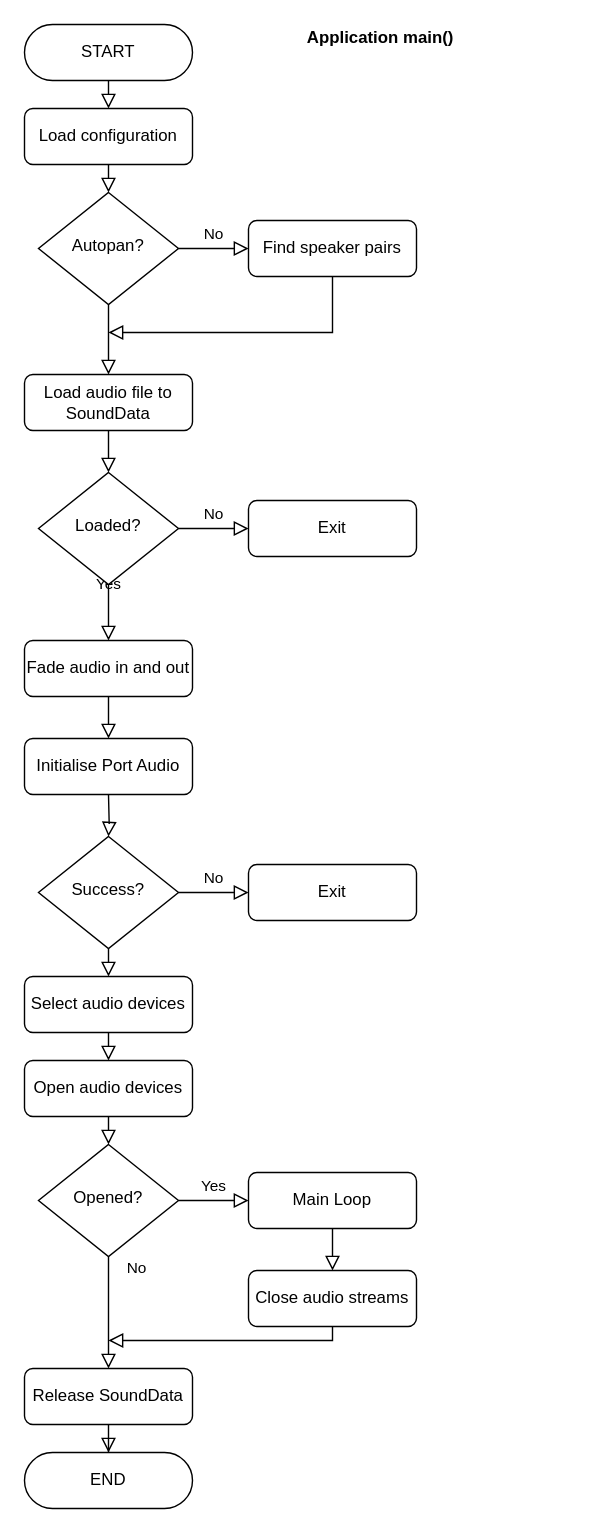
Earlier version of the draw.io diagram page "main()" (1 of 3) of Audio1/diagram.drawio (spatmus/alps). Source tidied: cells renumbered, new cells numbered last; positions are measured from the earlier drawing's top-left corner, leaving out a move shared by most shapes. Both pictures are drawn from the tidied source at 140%, with x=0, y=0 at pixel (24, 24).
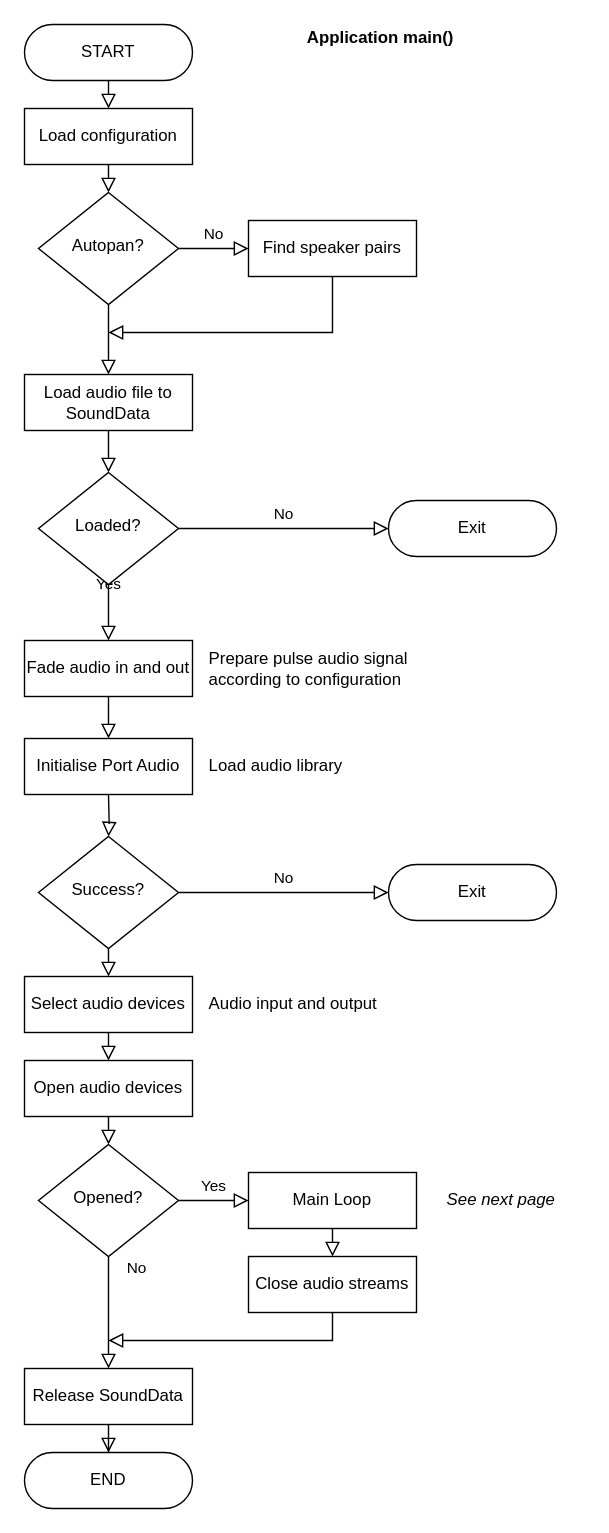
The same diagram, later.

What changed in the source:
```diff
@@
-    <mxCell id="3" value="Load audio file to SoundData" style="rounded=1;whiteSpace=wrap;html=1;fontSize=12;glass=0;strokeWidth=1;shadow=0;" parent="1" vertex="1">
+    <mxCell id="3" value="Load audio file to SoundData" style="rounded=0;whiteSpace=wrap;html=1;fontSize=12;glass=0;strokeWidth=1;shadow=0;" parent="1" vertex="1">
       <mxGeometry y="250" width="120" height="40" as="geometry" />
     </mxCell>
@@
-    <mxCell id="7" value="Exit" style="rounded=1;whiteSpace=wrap;html=1;fontSize=12;glass=0;strokeWidth=1;shadow=0;" parent="1" vertex="1">
-      <mxGeometry x="160" y="340" width="120" height="40" as="geometry" />
+    <mxCell id="7" value="Exit" style="rounded=1;whiteSpace=wrap;html=1;fontSize=12;glass=0;strokeWidth=1;shadow=0;arcSize=50;" parent="1" vertex="1">
+      <mxGeometry x="260" y="340" width="120" height="40" as="geometry" />
     </mxCell>
@@
-    <mxCell id="11" value="Release SoundData" style="rounded=1;whiteSpace=wrap;html=1;fontSize=12;glass=0;strokeWidth=1;shadow=0;" parent="1" vertex="1">
+    <mxCell id="11" value="Release SoundData" style="rounded=0;whiteSpace=wrap;html=1;fontSize=12;glass=0;strokeWidth=1;shadow=0;" parent="1" vertex="1">
       <mxGeometry y="960" width="120" height="40" as="geometry" />
     </mxCell>
-    <mxCell id="12" value="Main Loop" style="rounded=1;whiteSpace=wrap;html=1;fontSize=12;glass=0;strokeWidth=1;shadow=0;" parent="1" vertex="1">
+    <mxCell id="12" value="Main Loop" style="rounded=0;whiteSpace=wrap;html=1;fontSize=12;glass=0;strokeWidth=1;shadow=0;" parent="1" vertex="1">
       <mxGeometry x="160" y="820" width="120" height="40" as="geometry" />
     </mxCell>
-    <mxCell id="13" value="Find speaker pairs" style="rounded=1;whiteSpace=wrap;html=1;" parent="1" vertex="1">
+    <mxCell id="13" value="Find speaker pairs" style="rounded=0;whiteSpace=wrap;html=1;" parent="1" vertex="1">
       <mxGeometry x="160" y="140" width="120" height="40" as="geometry" />
     </mxCell>
-    <mxCell id="14" value="Load configuration" style="rounded=1;whiteSpace=wrap;html=1;" parent="1" vertex="1">
+    <mxCell id="14" value="Load configuration" style="rounded=0;whiteSpace=wrap;html=1;" parent="1" vertex="1">
       <mxGeometry y="60" width="120" height="40" as="geometry" />
     </mxCell>
@@
-    <mxCell id="21" value="Fade audio in and out" style="rounded=1;whiteSpace=wrap;html=1;fontSize=12;glass=0;strokeWidth=1;shadow=0;" parent="1" vertex="1">
+    <mxCell id="21" value="Fade audio in and out" style="rounded=0;whiteSpace=wrap;html=1;fontSize=12;glass=0;strokeWidth=1;shadow=0;" parent="1" vertex="1">
       <mxGeometry y="440" width="120" height="40" as="geometry" />
     </mxCell>
-    <mxCell id="22" value="Initialise Port Audio" style="rounded=1;whiteSpace=wrap;html=1;fontSize=12;glass=0;strokeWidth=1;shadow=0;" parent="1" vertex="1">
+    <mxCell id="22" value="Initialise Port Audio" style="rounded=0;whiteSpace=wrap;html=1;fontSize=12;glass=0;strokeWidth=1;shadow=0;" parent="1" vertex="1">
       <mxGeometry y="510" width="120" height="40" as="geometry" />
     </mxCell>
@@
-    <mxCell id="27" value="Exit" style="rounded=1;whiteSpace=wrap;html=1;fontSize=12;glass=0;strokeWidth=1;shadow=0;" parent="1" vertex="1">
-      <mxGeometry x="160" y="600" width="120" height="40" as="geometry" />
+    <mxCell id="27" value="Exit" style="rounded=1;whiteSpace=wrap;html=1;fontSize=12;glass=0;strokeWidth=1;shadow=0;arcSize=50;" parent="1" vertex="1">
+      <mxGeometry x="260" y="600" width="120" height="40" as="geometry" />
     </mxCell>
-    <mxCell id="28" value="Select audio devices" style="rounded=1;whiteSpace=wrap;html=1;fontSize=12;glass=0;strokeWidth=1;shadow=0;" parent="1" vertex="1">
+    <mxCell id="28" value="Select audio devices" style="rounded=0;whiteSpace=wrap;html=1;fontSize=12;glass=0;strokeWidth=1;shadow=0;" parent="1" vertex="1">
       <mxGeometry y="680" width="120" height="40" as="geometry" />
     </mxCell>
-    <mxCell id="29" value="Open audio devices" style="rounded=1;whiteSpace=wrap;html=1;fontSize=12;glass=0;strokeWidth=1;shadow=0;" parent="1" vertex="1">
+    <mxCell id="29" value="Open audio devices" style="rounded=0;whiteSpace=wrap;html=1;fontSize=12;glass=0;strokeWidth=1;shadow=0;" parent="1" vertex="1">
       <mxGeometry y="740" width="120" height="40" as="geometry" />
     </mxCell>
@@
-    <mxCell id="31" value="Close audio streams" style="rounded=1;whiteSpace=wrap;html=1;fontSize=12;glass=0;strokeWidth=1;shadow=0;" parent="1" vertex="1">
-      <mxGeometry x="160" y="890" width="120" height="40" as="geometry" />
+    <mxCell id="31" value="Close audio streams" style="rounded=0;whiteSpace=wrap;html=1;fontSize=12;glass=0;strokeWidth=1;shadow=0;" parent="1" vertex="1">
+      <mxGeometry x="160" y="880" width="120" height="40" as="geometry" />
     </mxCell>
@@
+    <mxCell id="40" value="Prepare pulse audio signal according to configuration" style="text;html=1;strokeColor=none;fillColor=none;align=left;verticalAlign=middle;whiteSpace=wrap;rounded=0;" parent="1" vertex="1">
+      <mxGeometry x="130" y="440" width="150" height="40" as="geometry" />
+    </mxCell>
+    <mxCell id="41" value="Audio input and output" style="text;html=1;strokeColor=none;fillColor=none;align=left;verticalAlign=middle;whiteSpace=wrap;rounded=0;" parent="1" vertex="1">
+      <mxGeometry x="130" y="690" width="130" height="20" as="geometry" />
+    </mxCell>
+    <mxCell id="42" value="Load audio library" style="text;html=1;strokeColor=none;fillColor=none;align=left;verticalAlign=middle;whiteSpace=wrap;rounded=0;" parent="1" vertex="1">
+      <mxGeometry x="130" y="520" width="130" height="20" as="geometry" />
+    </mxCell>
+    <mxCell id="43" value="See next page" style="text;html=1;strokeColor=none;fillColor=none;align=left;verticalAlign=middle;whiteSpace=wrap;rounded=0;fontStyle=2;" parent="1" vertex="1">
+      <mxGeometry x="300" y="830" width="100" height="20" as="geometry" />
+    </mxCell>
```
